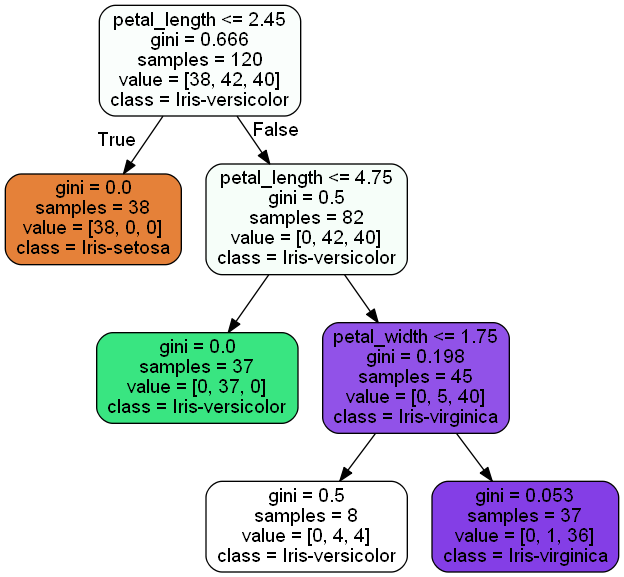
Above: Arboles/notebooks/iris-tree.png in NohemyLemus/Inteligencia-artificial (Graphviz), before the change. Its source is kept beside it as Arboles/notebooks/iris-tree.dot. The source it was exported from:
```dot
digraph Tree {
node [shape=box, style="filled, rounded", color="black", fontname=helvetica] ;
edge [fontname=helvetica] ;
0 [label="petal_length <= 2.45\ngini = 0.666\nsamples = 120\nvalue = [38, 42, 40]\nclass = Iris-versicolor", fillcolor="#fafefc"] ;
1 [label="gini = 0.0\nsamples = 38\nvalue = [38, 0, 0]\nclass = Iris-setosa", fillcolor="#e58139"] ;
0 -> 1 [labeldistance=2.5, labelangle=45, headlabel="True"] ;
2 [label="petal_length <= 4.75\ngini = 0.5\nsamples = 82\nvalue = [0, 42, 40]\nclass = Iris-versicolor", fillcolor="#f6fef9"] ;
0 -> 2 [labeldistance=2.5, labelangle=-45, headlabel="False"] ;
3 [label="gini = 0.0\nsamples = 37\nvalue = [0, 37, 0]\nclass = Iris-versicolor", fillcolor="#39e581"] ;
2 -> 3 ;
4 [label="petal_width <= 1.75\ngini = 0.198\nsamples = 45\nvalue = [0, 5, 40]\nclass = Iris-virginica", fillcolor="#9152e8"] ;
2 -> 4 ;
5 [label="gini = 0.5\nsamples = 8\nvalue = [0, 4, 4]\nclass = Iris-versicolor", fillcolor="#ffffff"] ;
4 -> 5 ;
6 [label="gini = 0.053\nsamples = 37\nvalue = [0, 1, 36]\nclass = Iris-virginica", fillcolor="#843ee6"] ;
4 -> 6 ;
}
```
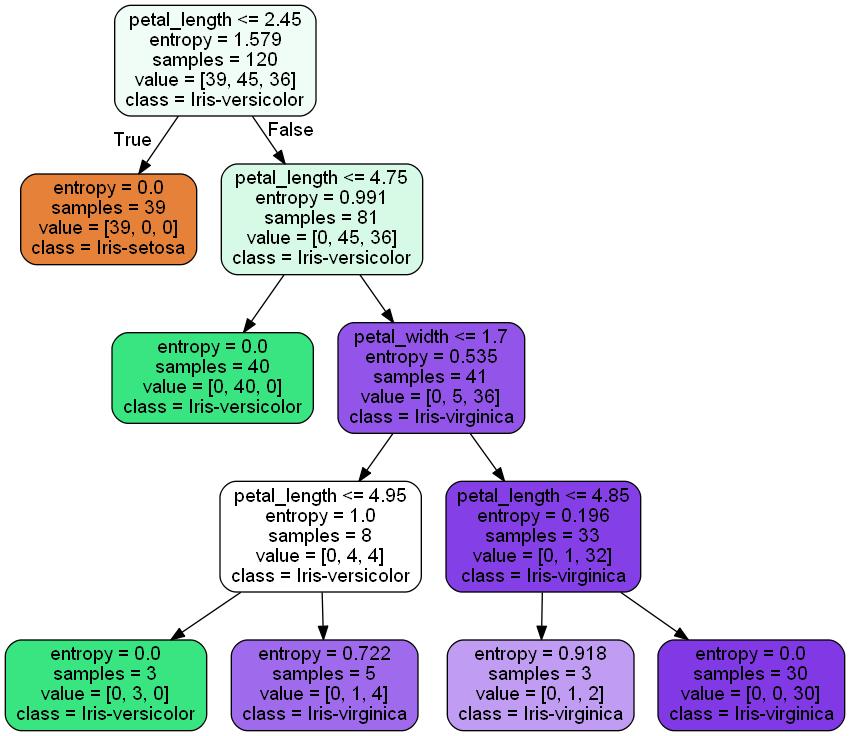
The same diagram one commit later.

Change to the diagram source:
```diff
@@ -1,17 +1,25 @@
 digraph Tree {
 node [shape=box, style="filled, rounded", color="black", fontname=helvetica] ;
 edge [fontname=helvetica] ;
-0 [label="petal_length <= 2.45\ngini = 0.666\nsamples = 120\nvalue = [38, 42, 40]\nclass = Iris-versicolor", fillcolor="#fafefc"] ;
-1 [label="gini = 0.0\nsamples = 38\nvalue = [38, 0, 0]\nclass = Iris-setosa", fillcolor="#e58139"] ;
+0 [label="petal_length <= 2.45\nentropy = 1.579\nsamples = 120\nvalue = [39, 45, 36]\nclass = Iris-versicolor", fillcolor="#f0fdf6"] ;
+1 [label="entropy = 0.0\nsamples = 39\nvalue = [39, 0, 0]\nclass = Iris-setosa", fillcolor="#e58139"] ;
 0 -> 1 [labeldistance=2.5, labelangle=45, headlabel="True"] ;
-2 [label="petal_length <= 4.75\ngini = 0.5\nsamples = 82\nvalue = [0, 42, 40]\nclass = Iris-versicolor", fillcolor="#f6fef9"] ;
+2 [label="petal_length <= 4.75\nentropy = 0.991\nsamples = 81\nvalue = [0, 45, 36]\nclass = Iris-versicolor", fillcolor="#d7fae6"] ;
 0 -> 2 [labeldistance=2.5, labelangle=-45, headlabel="False"] ;
-3 [label="gini = 0.0\nsamples = 37\nvalue = [0, 37, 0]\nclass = Iris-versicolor", fillcolor="#39e581"] ;
+3 [label="entropy = 0.0\nsamples = 40\nvalue = [0, 40, 0]\nclass = Iris-versicolor", fillcolor="#39e581"] ;
 2 -> 3 ;
-4 [label="petal_width <= 1.75\ngini = 0.198\nsamples = 45\nvalue = [0, 5, 40]\nclass = Iris-virginica", fillcolor="#9152e8"] ;
+4 [label="petal_width <= 1.7\nentropy = 0.535\nsamples = 41\nvalue = [0, 5, 36]\nclass = Iris-virginica", fillcolor="#9254e9"] ;
 2 -> 4 ;
-5 [label="gini = 0.5\nsamples = 8\nvalue = [0, 4, 4]\nclass = Iris-versicolor", fillcolor="#ffffff"] ;
+5 [label="petal_length <= 4.95\nentropy = 1.0\nsamples = 8\nvalue = [0, 4, 4]\nclass = Iris-versicolor", fillcolor="#ffffff"] ;
 4 -> 5 ;
-6 [label="gini = 0.053\nsamples = 37\nvalue = [0, 1, 36]\nclass = Iris-virginica", fillcolor="#843ee6"] ;
-4 -> 6 ;
+6 [label="entropy = 0.0\nsamples = 3\nvalue = [0, 3, 0]\nclass = Iris-versicolor", fillcolor="#39e581"] ;
+5 -> 6 ;
+7 [label="entropy = 0.722\nsamples = 5\nvalue = [0, 1, 4]\nclass = Iris-virginica", fillcolor="#a06aec"] ;
+5 -> 7 ;
+8 [label="petal_length <= 4.85\nentropy = 0.196\nsamples = 33\nvalue = [0, 1, 32]\nclass = Iris-virginica", fillcolor="#853fe6"] ;
+4 -> 8 ;
+9 [label="entropy = 0.918\nsamples = 3\nvalue = [0, 1, 2]\nclass = Iris-virginica", fillcolor="#c09cf2"] ;
+8 -> 9 ;
+10 [label="entropy = 0.0\nsamples = 30\nvalue = [0, 0, 30]\nclass = Iris-virginica", fillcolor="#8139e5"] ;
+8 -> 10 ;
 }
```
